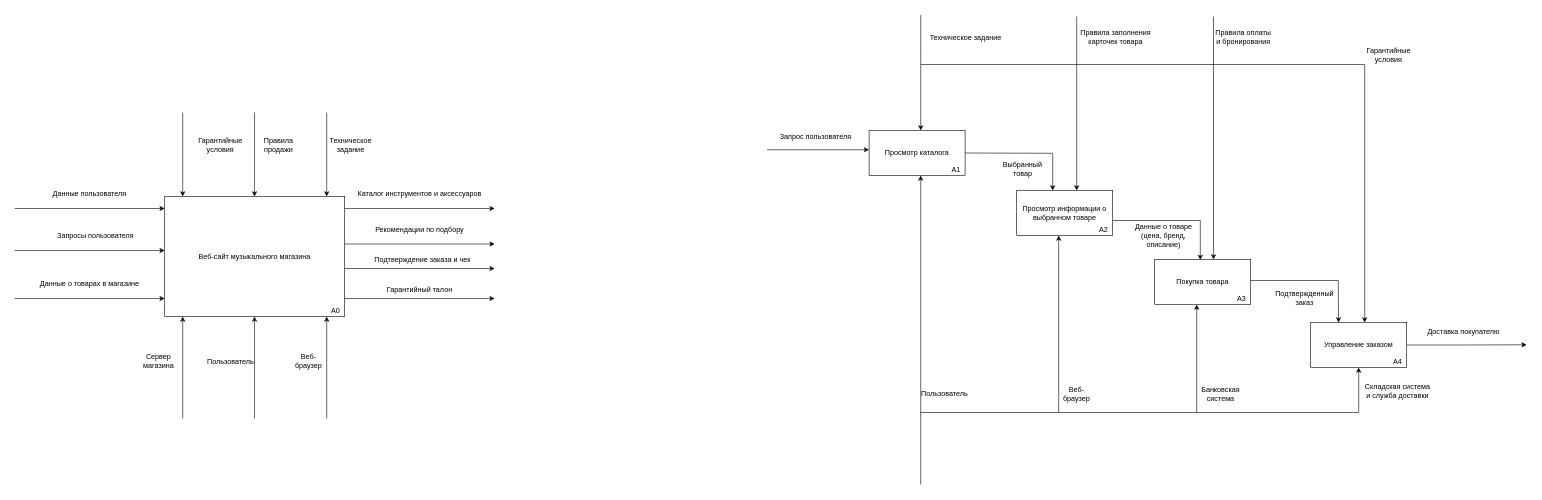
This is IDEF0_Курсовая.drawio from Kukuzurnik19/Kursovaya_Rabota, a draw.io file, before an edit. Source tidied: cells renumbered, new cells numbered last; positions are measured from the earlier drawing's top-left corner, leaving out a move shared by most shapes. Both pictures are drawn from the tidied source at 60%, with x=0, y=0 at pixel (14, 15).
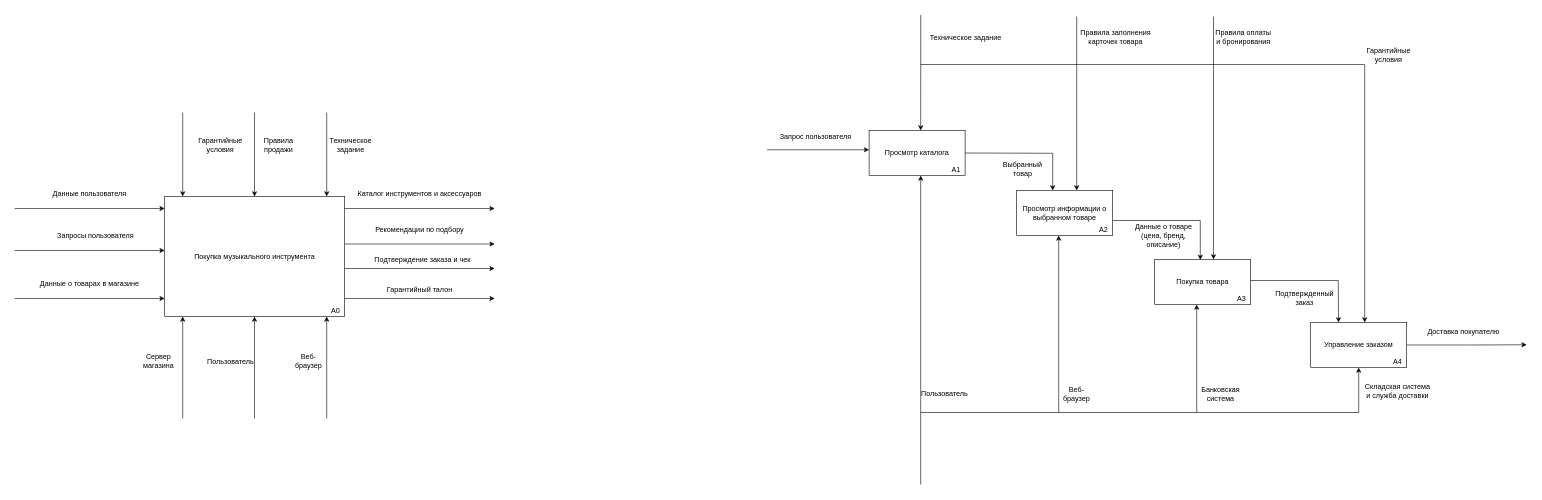
The same page after the edit.

Diff of the diagram source:
```diff
@@
-    <mxCell id="2" value="Веб-сайт музыкального магазина" style="rounded=0;whiteSpace=wrap;html=1;" parent="1" vertex="1">
+    <mxCell id="2" value="Покупка музыкального инструмента" style="rounded=0;whiteSpace=wrap;html=1;" parent="1" vertex="1">
       <mxGeometry x="250" y="302" width="300" height="200" as="geometry" />
     </mxCell>
```
